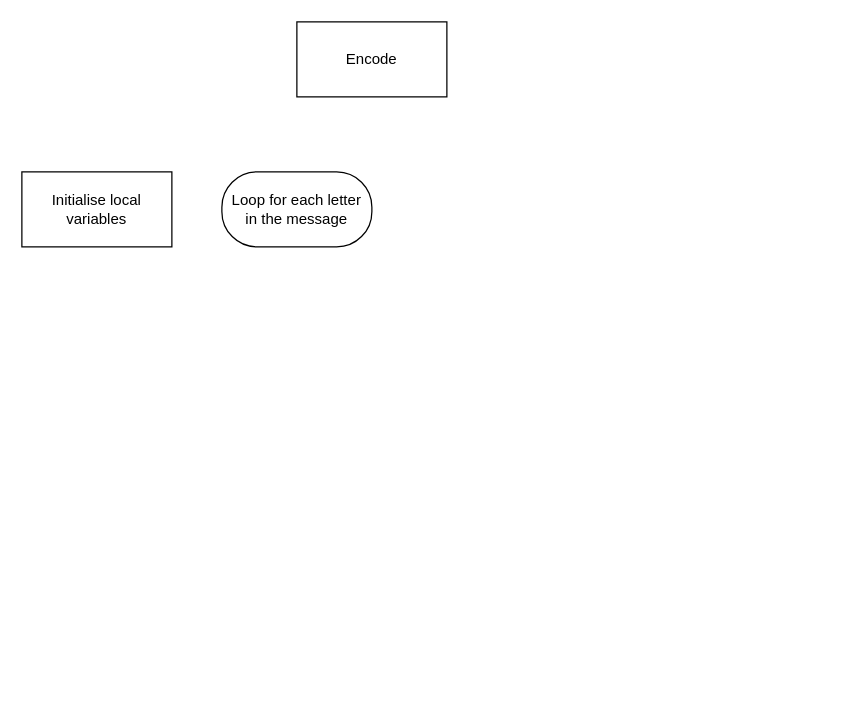
Earlier version of the draw.io diagram page "sd" (5 of 6) of higher/H-SDD-Caesar-Cipher/assets/H SDD Caesar Cipher.drawio (MrFriendCS/MrFriendCS.github.io). Source tidied: cells renumbered, new cells numbered last; positions are measured from the earlier drawing's top-left corner, leaving out a move shared by most shapes. Both pictures are drawn from the tidied source at 125%, with x=0, y=0 at pixel (21, 21).
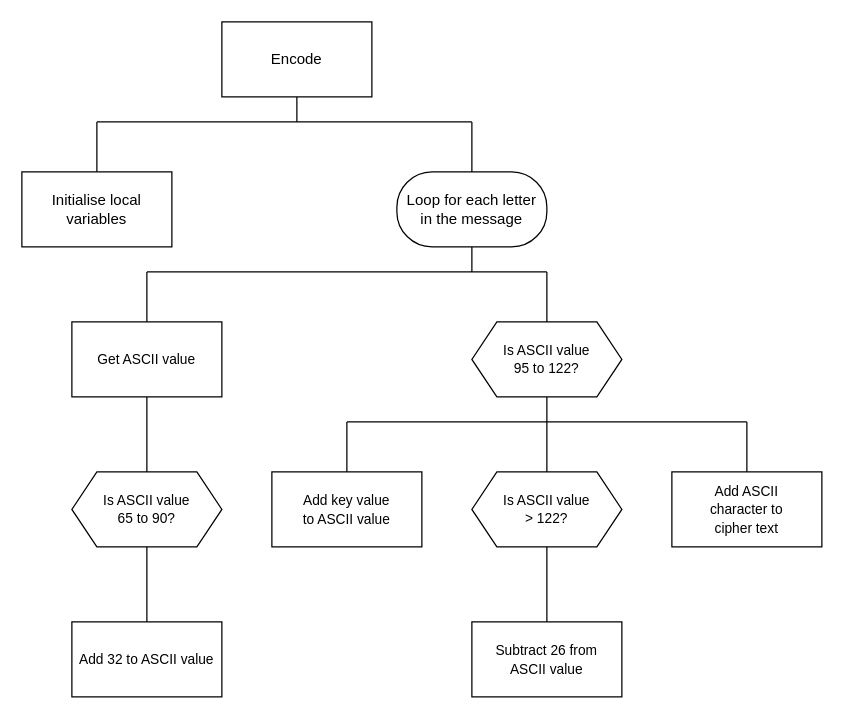
The same page after the edit.

The change refers to these unchanged cells:
```xml
<mxCell id="3" value="Initialise local variables" style="rounded=0;whiteSpace=wrap;html=1;" parent="1" vertex="1">
  <mxGeometry y="120" width="120" height="60" as="geometry" />
</mxCell>
```

Diff of the diagram source:
```diff
@@
+    <mxCell id="5" style="edgeStyle=orthogonalEdgeStyle;shape=connector;rounded=0;jettySize=auto;html=1;exitX=0.5;exitY=1;exitDx=0;exitDy=0;labelBackgroundColor=default;strokeColor=default;fontFamily=Helvetica;fontSize=11;fontColor=default;startArrow=none;startFill=0;endArrow=none;endFill=0;" parent="1" edge="1" source="2">
+      <mxGeometry relative="1" as="geometry">
+        <mxPoint x="220" y="80" as="targetPoint" />
+      </mxGeometry>
+    </mxCell>
     <mxCell id="2" value="Encode" style="rounded=0;whiteSpace=wrap;html=1;" parent="1" vertex="1">
-      <mxGeometry x="220" width="120" height="60" as="geometry" />
+      <mxGeometry x="160" width="120" height="60" as="geometry" />
     </mxCell>
+    <mxCell id="6" style="edgeStyle=orthogonalEdgeStyle;shape=connector;rounded=0;jettySize=auto;html=1;exitX=0.5;exitY=0;exitDx=0;exitDy=0;labelBackgroundColor=default;strokeColor=default;fontFamily=Helvetica;fontSize=11;fontColor=default;startArrow=none;startFill=0;endArrow=none;endFill=0;" parent="1" edge="1" source="3">
+      <mxGeometry relative="1" as="geometry">
+        <mxPoint x="60" y="80" as="targetPoint" />
+      </mxGeometry>
+    </mxCell>
@@
+    <mxCell id="7" style="edgeStyle=orthogonalEdgeStyle;shape=connector;rounded=0;jettySize=auto;html=1;exitX=0.5;exitY=0;exitDx=0;exitDy=0;labelBackgroundColor=default;strokeColor=default;fontFamily=Helvetica;fontSize=11;fontColor=default;startArrow=none;startFill=0;endArrow=none;endFill=0;" parent="1" edge="1" source="4">
+      <mxGeometry relative="1" as="geometry">
+        <mxPoint x="360" y="80" as="targetPoint" />
+      </mxGeometry>
+    </mxCell>
+    <mxCell id="8" style="edgeStyle=orthogonalEdgeStyle;shape=connector;rounded=0;jettySize=auto;html=1;exitX=0.5;exitY=1;exitDx=0;exitDy=0;labelBackgroundColor=default;strokeColor=default;fontFamily=Helvetica;fontSize=11;fontColor=default;startArrow=none;startFill=0;endArrow=none;endFill=0;" parent="1" edge="1" source="4">
+      <mxGeometry relative="1" as="geometry">
+        <mxPoint x="360" y="200" as="targetPoint" />
+      </mxGeometry>
+    </mxCell>
     <mxCell id="4" value="Loop for each letter&lt;br&gt;in the message" style="rounded=1;whiteSpace=wrap;html=1;arcSize=47;" parent="1" vertex="1">
-      <mxGeometry x="160" y="120" width="120" height="60" as="geometry" />
+      <mxGeometry x="300" y="120" width="120" height="60" as="geometry" />
     </mxCell>
+    <mxCell id="9" style="edgeStyle=orthogonalEdgeStyle;shape=connector;rounded=0;jettySize=auto;html=1;exitX=0.5;exitY=1;exitDx=0;exitDy=0;entryX=0.5;entryY=0;entryDx=0;entryDy=0;labelBackgroundColor=default;strokeColor=default;fontFamily=Helvetica;fontSize=11;fontColor=default;startArrow=none;startFill=0;endArrow=none;endFill=0;" parent="1" edge="1" source="11" target="13">
+      <mxGeometry relative="1" as="geometry" />
+    </mxCell>
+    <mxCell id="10" style="edgeStyle=orthogonalEdgeStyle;shape=connector;rounded=0;jettySize=auto;html=1;exitX=0.5;exitY=0;exitDx=0;exitDy=0;labelBackgroundColor=default;strokeColor=default;fontFamily=Helvetica;fontSize=11;fontColor=default;startArrow=none;startFill=0;endArrow=none;endFill=0;" parent="1" edge="1" source="11">
+      <mxGeometry relative="1" as="geometry">
+        <mxPoint x="100" y="200" as="targetPoint" />
+      </mxGeometry>
+    </mxCell>
+    <mxCell id="11" value="&lt;font style=&quot;font-size: 11px;&quot; face=&quot;Helvetica&quot;&gt;Get ASCII value&lt;/font&gt;" style="rounded=0;whiteSpace=wrap;html=1;fontFamily=Lucida Console;fontSize=12;fontColor=default;" parent="1" vertex="1">
+      <mxGeometry x="40" y="240" width="120" height="60" as="geometry" />
+    </mxCell>
+    <mxCell id="12" style="edgeStyle=orthogonalEdgeStyle;shape=connector;rounded=0;jettySize=auto;html=1;exitX=0.5;exitY=1;exitDx=0;exitDy=0;entryX=0.5;entryY=0;entryDx=0;entryDy=0;labelBackgroundColor=default;strokeColor=default;fontFamily=Helvetica;fontSize=11;fontColor=default;startArrow=none;startFill=0;endArrow=none;endFill=0;" parent="1" edge="1" source="13" target="14">
+      <mxGeometry relative="1" as="geometry" />
+    </mxCell>
+    <mxCell id="13" value="Is ASCII value&lt;br&gt;65 to 90?" style="shape=hexagon;perimeter=hexagonPerimeter2;whiteSpace=wrap;html=1;fixedSize=1;fontFamily=Helvetica;fontSize=11;fontColor=default;" parent="1" vertex="1">
+      <mxGeometry x="40" y="360" width="120" height="60" as="geometry" />
+    </mxCell>
+    <mxCell id="14" value="&lt;font style=&quot;font-size: 11px;&quot; face=&quot;Helvetica&quot;&gt;Add 32 to ASCII value&lt;/font&gt;" style="rounded=0;whiteSpace=wrap;html=1;fontFamily=Lucida Console;fontSize=12;fontColor=default;" parent="1" vertex="1">
+      <mxGeometry x="40" y="480" width="120" height="60" as="geometry" />
+    </mxCell>
+    <mxCell id="15" style="edgeStyle=orthogonalEdgeStyle;shape=connector;rounded=0;jettySize=auto;html=1;exitX=0.5;exitY=1;exitDx=0;exitDy=0;entryX=0.5;entryY=0;entryDx=0;entryDy=0;labelBackgroundColor=default;strokeColor=default;fontFamily=Helvetica;fontSize=11;fontColor=default;startArrow=none;startFill=0;endArrow=none;endFill=0;" parent="1" edge="1" source="17" target="21">
+      <mxGeometry relative="1" as="geometry" />
+    </mxCell>
+    <mxCell id="16" style="edgeStyle=orthogonalEdgeStyle;shape=connector;rounded=0;jettySize=auto;html=1;exitX=0.5;exitY=0;exitDx=0;exitDy=0;labelBackgroundColor=default;strokeColor=default;fontFamily=Helvetica;fontSize=11;fontColor=default;startArrow=none;startFill=0;endArrow=none;endFill=0;" parent="1" edge="1" source="17">
+      <mxGeometry relative="1" as="geometry">
+        <mxPoint x="420" y="200" as="targetPoint" />
+      </mxGeometry>
+    </mxCell>
+    <mxCell id="17" value="Is ASCII value&lt;br&gt;95 to 122?" style="shape=hexagon;perimeter=hexagonPerimeter2;whiteSpace=wrap;html=1;fixedSize=1;fontFamily=Helvetica;fontSize=11;fontColor=default;" parent="1" vertex="1">
+      <mxGeometry x="360" y="240" width="120" height="60" as="geometry" />
+    </mxCell>
+    <mxCell id="18" style="edgeStyle=orthogonalEdgeStyle;shape=connector;rounded=0;jettySize=auto;html=1;exitX=0.5;exitY=0;exitDx=0;exitDy=0;labelBackgroundColor=default;strokeColor=default;fontFamily=Helvetica;fontSize=11;fontColor=default;startArrow=none;startFill=0;endArrow=none;endFill=0;" parent="1" edge="1" source="19">
+      <mxGeometry relative="1" as="geometry">
+        <mxPoint x="260" y="320" as="targetPoint" />
+      </mxGeometry>
+    </mxCell>
+    <mxCell id="19" value="&lt;font style=&quot;font-size: 11px;&quot; face=&quot;Helvetica&quot;&gt;Add key value&lt;br&gt;to ASCII value&lt;/font&gt;" style="rounded=0;whiteSpace=wrap;html=1;fontFamily=Lucida Console;fontSize=12;fontColor=default;" parent="1" vertex="1">
+      <mxGeometry x="200" y="360" width="120" height="60" as="geometry" />
+    </mxCell>
+    <mxCell id="20" style="edgeStyle=orthogonalEdgeStyle;shape=connector;rounded=0;jettySize=auto;html=1;exitX=0.5;exitY=1;exitDx=0;exitDy=0;entryX=0.5;entryY=0;entryDx=0;entryDy=0;labelBackgroundColor=default;strokeColor=default;fontFamily=Helvetica;fontSize=11;fontColor=default;startArrow=none;startFill=0;endArrow=none;endFill=0;" parent="1" edge="1" source="21" target="22">
+      <mxGeometry relative="1" as="geometry" />
+    </mxCell>
+    <mxCell id="21" value="Is ASCII value&lt;br&gt;&amp;gt; 122?" style="shape=hexagon;perimeter=hexagonPerimeter2;whiteSpace=wrap;html=1;fixedSize=1;fontFamily=Helvetica;fontSize=11;fontColor=default;" parent="1" vertex="1">
+      <mxGeometry x="360" y="360" width="120" height="60" as="geometry" />
+    </mxCell>
+    <mxCell id="22" value="&lt;font style=&quot;font-size: 11px;&quot; face=&quot;Helvetica&quot;&gt;Subtract 26 from&lt;br&gt;ASCII value&lt;/font&gt;" style="rounded=0;whiteSpace=wrap;html=1;fontFamily=Lucida Console;fontSize=12;fontColor=default;" parent="1" vertex="1">
+      <mxGeometry x="360" y="480" width="120" height="60" as="geometry" />
+    </mxCell>
+    <mxCell id="23" style="edgeStyle=orthogonalEdgeStyle;shape=connector;rounded=0;jettySize=auto;html=1;exitX=0.5;exitY=0;exitDx=0;exitDy=0;labelBackgroundColor=default;strokeColor=default;fontFamily=Helvetica;fontSize=11;fontColor=default;startArrow=none;startFill=0;endArrow=none;endFill=0;" parent="1" edge="1" source="24">
+      <mxGeometry relative="1" as="geometry">
+        <mxPoint x="580" y="320" as="targetPoint" />
+      </mxGeometry>
+    </mxCell>
+    <mxCell id="24" value="&lt;font face=&quot;Helvetica&quot;&gt;&lt;span style=&quot;font-size: 11px;&quot;&gt;Add ASCII &lt;br&gt;character to&lt;br&gt;cipher text&lt;/span&gt;&lt;/font&gt;" style="rounded=0;whiteSpace=wrap;html=1;fontFamily=Lucida Console;fontSize=12;fontColor=default;" parent="1" vertex="1">
+      <mxGeometry x="520" y="360" width="120" height="60" as="geometry" />
+    </mxCell>
+    <mxCell id="25" style="endArrow=none;html=1;rounded=0;labelBackgroundColor=default;strokeColor=default;fontFamily=Helvetica;fontSize=11;fontColor=default;shape=connector;" parent="1" edge="1">
+      <mxGeometry relative="1" as="geometry">
+        <mxPoint x="260" y="320" as="sourcePoint" />
+        <mxPoint x="580" y="320" as="targetPoint" />
+      </mxGeometry>
+    </mxCell>
+    <mxCell id="26" style="endArrow=none;html=1;rounded=0;labelBackgroundColor=default;strokeColor=default;fontFamily=Helvetica;fontSize=11;fontColor=default;shape=connector;" parent="1" edge="1">
+      <mxGeometry relative="1" as="geometry">
+        <mxPoint x="100" y="200" as="sourcePoint" />
+        <mxPoint x="420" y="200" as="targetPoint" />
+      </mxGeometry>
+    </mxCell>
+    <mxCell id="27" style="endArrow=none;html=1;rounded=0;labelBackgroundColor=default;strokeColor=default;fontFamily=Helvetica;fontSize=11;fontColor=default;shape=connector;" parent="1" edge="1">
+      <mxGeometry relative="1" as="geometry">
+        <mxPoint x="60" y="80" as="sourcePoint" />
+        <mxPoint x="360" y="80" as="targetPoint" />
+      </mxGeometry>
+    </mxCell>
```
